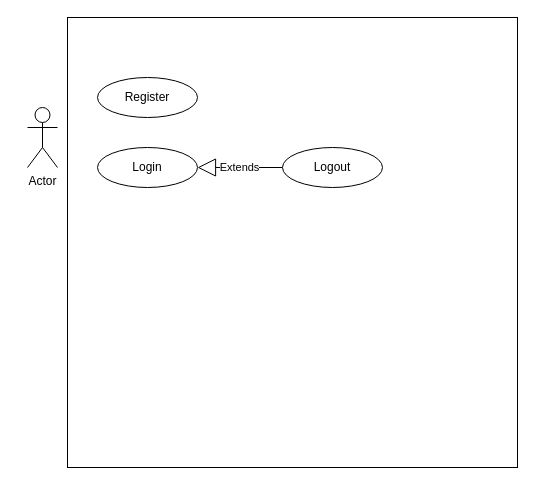
software-engineering-2023/Holms keeps this draw.io diagram as User_Journeys.drawio. Above is the earlier version. Source tidied: cells renumbered, new cells numbered last; positions are measured from the earlier drawing's top-left corner, leaving out a move shared by most shapes. Both pictures are drawn from the tidied source at 100%, with x=0, y=0 at pixel (27, 17).
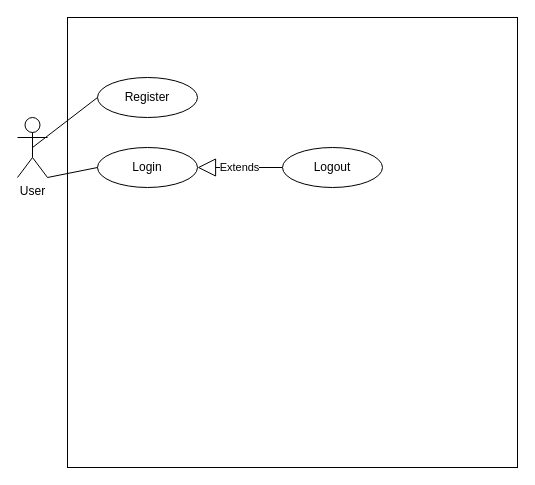
The same page after the edit.

Diff of the diagram source:
```diff
@@
 <mxGraphModel>
   <root>
     <mxCell id="0" />
     <mxCell id="1" parent="0" />
-    <mxCell id="2" value="Actor" style="shape=umlActor;verticalLabelPosition=bottom;verticalAlign=top;html=1;outlineConnect=0;" parent="1" vertex="1">
-      <mxGeometry y="90" width="30" height="60" as="geometry" />
+    <mxCell id="2" value="User" style="shape=umlActor;verticalLabelPosition=bottom;verticalAlign=top;html=1;outlineConnect=0;" parent="1" vertex="1">
+      <mxGeometry x="-10" y="100" width="30" height="60" as="geometry" />
     </mxCell>
     <mxCell id="3" style="whiteSpace=wrap;html=1;" parent="1" vertex="1">
       <mxGeometry x="40" width="450" height="450" as="geometry" />
     </mxCell>
     <mxCell id="4" value="Logout" style="ellipse;whiteSpace=wrap;html=1;align=center;" parent="1" vertex="1">
       <mxGeometry x="255" y="130" width="100" height="40" as="geometry" />
     </mxCell>
     <mxCell id="5" value="Login" style="ellipse;whiteSpace=wrap;html=1;align=center;" parent="1" vertex="1">
       <mxGeometry x="70" y="130" width="100" height="40" as="geometry" />
     </mxCell>
     <mxCell id="6" value="Register" style="ellipse;whiteSpace=wrap;html=1;align=center;" parent="1" vertex="1">
       <mxGeometry x="70" y="60" width="100" height="40" as="geometry" />
     </mxCell>
     <mxCell id="7" style="edgeStyle=orthogonalEdgeStyle;rounded=0;orthogonalLoop=1;jettySize=auto;html=1;exitX=0.5;exitY=1;exitDx=0;exitDy=0;" parent="1" edge="1" source="4" target="4">
       <mxGeometry relative="1" as="geometry" />
     </mxCell>
     <mxCell id="8" value="Extends" style="endArrow=block;endSize=16;endFill=0;html=1;rounded=0;exitX=0;exitY=0.5;exitDx=0;exitDy=0;entryX=1;entryY=0.5;entryDx=0;entryDy=0;" parent="1" edge="1" source="4" target="5">
       <mxGeometry relative="1" as="geometry" />
     </mxCell>
+    <mxCell id="9" style="endArrow=none;html=1;rounded=0;exitX=0.5;exitY=0.5;exitDx=0;exitDy=0;exitPerimeter=0;entryX=0;entryY=0.5;entryDx=0;entryDy=0;" parent="1" edge="1" source="2" target="6">
+      <mxGeometry relative="1" as="geometry" />
+    </mxCell>
+    <mxCell id="10" style="endArrow=none;html=1;rounded=0;entryX=0;entryY=0.5;entryDx=0;entryDy=0;exitX=1;exitY=1;exitDx=0;exitDy=0;exitPerimeter=0;" parent="1" edge="1" source="2" target="5">
+      <mxGeometry relative="1" as="geometry" />
+    </mxCell>
   </root>
 </mxGraphModel>
```
